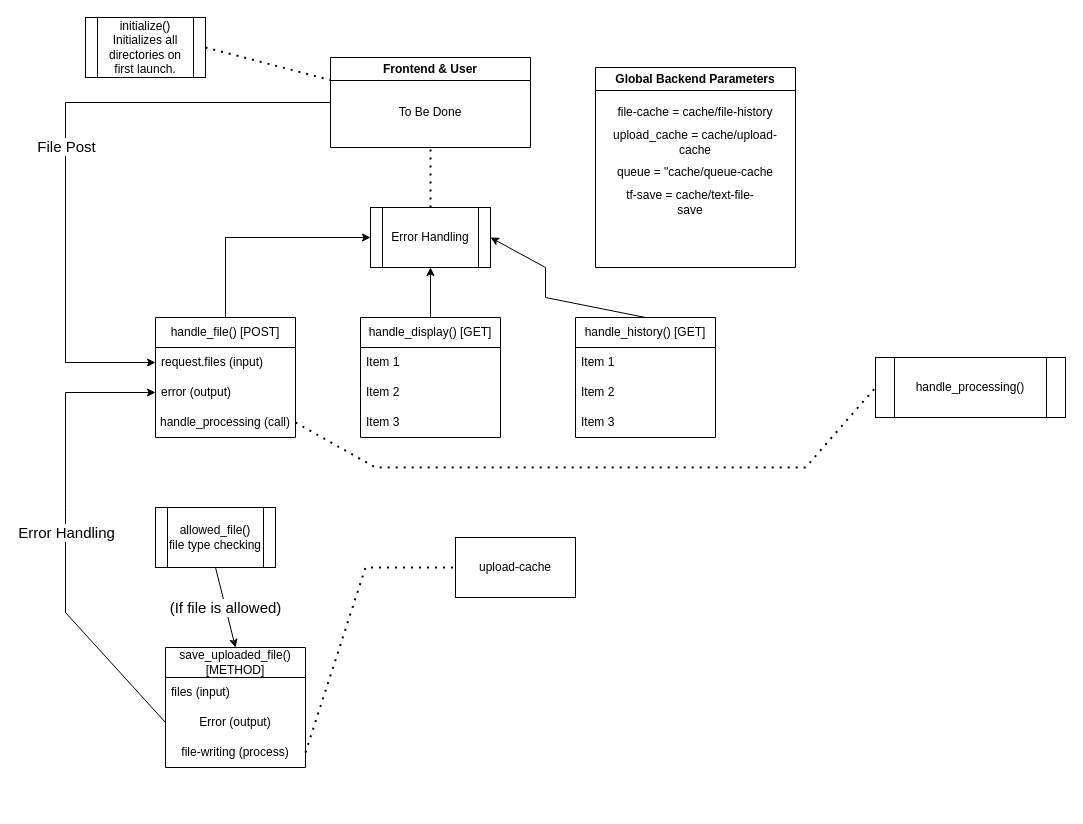
Earlier version of the draw.io diagram designs/Backend Diagram.drawio (keh1nde/project-formulate). Source tidied: cells renumbered, new cells numbered last; positions are measured from the earlier drawing's top-left corner, leaving out a move shared by most shapes. Both pictures are drawn from the tidied source at 100%, with x=0, y=0 at pixel (65, 17).
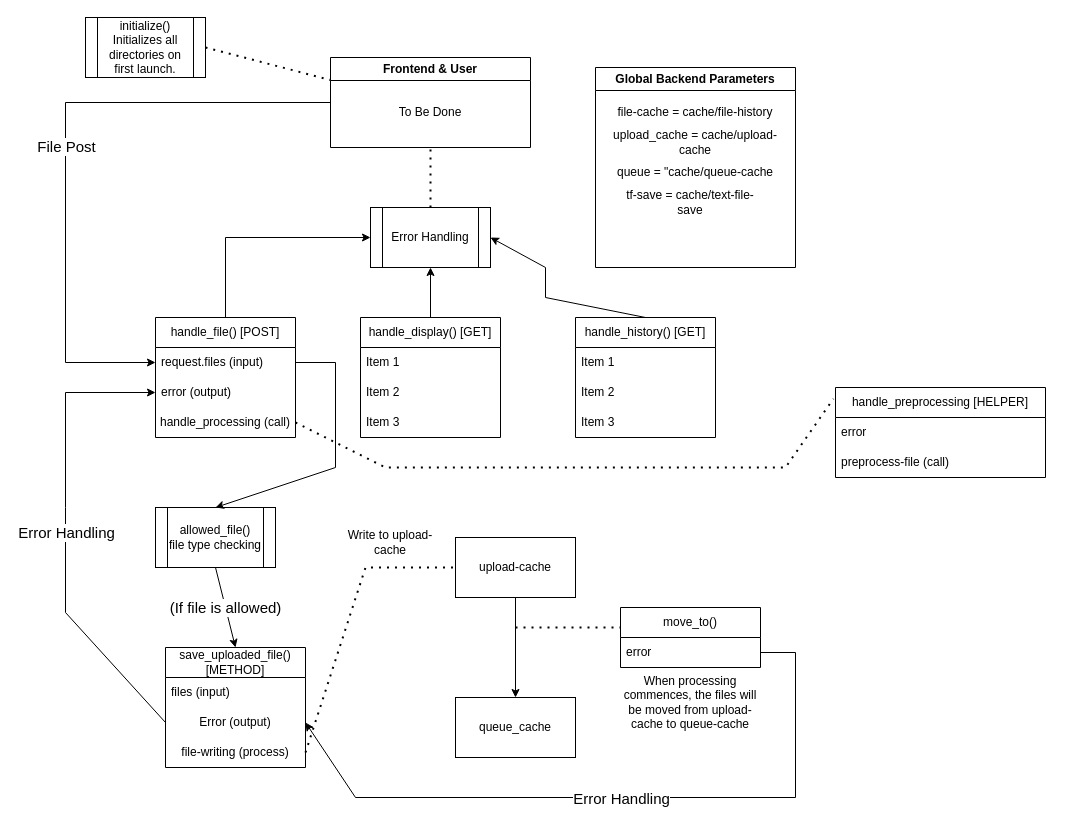
After the change.

Commit message:
Update Backend Diagram.drawio, added plans for handle_file() and handle_processing()

Unchanged cells that the change refers to:
```xml
<mxCell id="3" value="request.files (input)" style="text;strokeColor=none;fillColor=none;align=left;verticalAlign=middle;spacingLeft=4;spacingRight=4;overflow=hidden;points=[[0,0.5],[1,0.5]];portConstraint=eastwest;whiteSpace=wrap;html=1;" parent="2" vertex="1">
  <mxGeometry y="30" width="140" height="30" as="geometry" />
</mxCell>
<mxCell id="5" value="handle_processing (call)" style="text;html=1;align=center;verticalAlign=middle;whiteSpace=wrap;rounded=0;" parent="2" vertex="1">
  <mxGeometry y="90" width="140" height="30" as="geometry" />
</mxCell>
<mxCell id="18" value="Error (output)" style="text;html=1;align=center;verticalAlign=middle;whiteSpace=wrap;rounded=0;" parent="16" vertex="1">
  <mxGeometry y="60" width="140" height="30" as="geometry" />
</mxCell>
<mxCell id="31" value="upload-cache" style="whiteSpace=wrap;html=1;align=center;newEdgeStyle={&quot;edgeStyle&quot;:&quot;elbowEdgeStyle&quot;,&quot;startArrow&quot;:&quot;none&quot;,&quot;endArrow&quot;:&quot;none&quot;};" parent="1" vertex="1">
  <mxGeometry x="390" y="520" width="120" height="60" as="geometry" />
</mxCell>
<mxCell id="40" value="allowed_file()&lt;div&gt;file type checking&lt;/div&gt;" style="shape=process;whiteSpace=wrap;html=1;backgroundOutline=1;" parent="1" vertex="1">
  <mxGeometry x="90" y="490" width="120" height="60" as="geometry" />
</mxCell>
```

The edit, as a diff of the source:
```diff
@@
-    <mxCell id="38" value="handle_processing()" style="shape=process;whiteSpace=wrap;html=1;backgroundOutline=1;" parent="1" vertex="1">
-      <mxGeometry x="810" y="340" width="190" height="60" as="geometry" />
-    </mxCell>
-    <mxCell id="39" style="endArrow=none;dashed=1;html=1;dashPattern=1 3;strokeWidth=2;rounded=0;exitX=1;exitY=0.5;exitDx=0;exitDy=0;entryX=0;entryY=0.5;entryDx=0;entryDy=0;" parent="1" edge="1" source="5" target="38">
-      <mxGeometry relative="1" as="geometry">
-        <Array as="points">
-          <mxPoint x="310" y="450" />
-          <mxPoint x="740" y="450" />
-        </Array>
-      </mxGeometry>
-    </mxCell>
@@
+    <mxCell id="43" style="endArrow=classic;html=1;rounded=0;entryX=0.5;entryY=0;entryDx=0;entryDy=0;exitX=1;exitY=0.5;exitDx=0;exitDy=0;" parent="1" edge="1" source="3" target="40">
+      <mxGeometry relative="1" as="geometry">
+        <Array as="points">
+          <mxPoint x="270" y="345" />
+          <mxPoint x="270" y="450" />
+        </Array>
+      </mxGeometry>
+    </mxCell>
+    <mxCell id="44" value="Write to upload-cache" style="text;html=1;align=center;verticalAlign=middle;whiteSpace=wrap;rounded=0;" parent="1" vertex="1">
+      <mxGeometry x="270" y="510" width="110" height="30" as="geometry" />
+    </mxCell>
+    <mxCell id="45" value="queue_cache" style="whiteSpace=wrap;html=1;align=center;newEdgeStyle={&quot;edgeStyle&quot;:&quot;elbowEdgeStyle&quot;,&quot;startArrow&quot;:&quot;none&quot;,&quot;endArrow&quot;:&quot;none&quot;};" parent="1" vertex="1">
+      <mxGeometry x="390" y="680" width="120" height="60" as="geometry" />
+    </mxCell>
+    <mxCell id="46" value="When processing commences, the files will be moved from upload-cache to queue-cache" style="text;html=1;align=center;verticalAlign=middle;whiteSpace=wrap;rounded=0;" parent="1" vertex="1">
+      <mxGeometry x="550" y="670" width="150" height="30" as="geometry" />
+    </mxCell>
+    <mxCell id="47" style="endArrow=classic;html=1;rounded=0;entryX=0.5;entryY=0;entryDx=0;entryDy=0;exitX=0.5;exitY=1;exitDx=0;exitDy=0;" parent="1" edge="1" source="31" target="45">
+      <mxGeometry relative="1" as="geometry" />
+    </mxCell>
+    <mxCell id="48" value="move_to()" style="swimlane;fontStyle=0;horizontal=1;startSize=30;whiteSpace=wrap;html=1;" parent="1" vertex="1">
+      <mxGeometry x="555" y="590" width="140" height="60" as="geometry" />
+    </mxCell>
+    <mxCell id="49" value="error" style="text;strokeColor=none;fillColor=none;align=left;verticalAlign=middle;spacingLeft=4;spacingRight=4;overflow=hidden;points=[[0,0.5],[1,0.5]];portConstraint=eastwest;whiteSpace=wrap;html=1;" parent="48" vertex="1">
+      <mxGeometry y="30" width="140" height="30" as="geometry" />
+    </mxCell>
+    <mxCell id="50" style="endArrow=none;dashed=1;html=1;dashPattern=1 3;strokeWidth=2;rounded=0;entryX=0;entryY=0.5;entryDx=0;entryDy=0;" parent="1" edge="1">
+      <mxGeometry relative="1" as="geometry">
+        <mxPoint x="450" y="610" as="sourcePoint" />
+        <mxPoint x="555" y="610" as="targetPoint" />
+      </mxGeometry>
+    </mxCell>
+    <mxCell id="51" style="endArrow=classic;html=1;rounded=0;exitX=1;exitY=0.5;exitDx=0;exitDy=0;entryX=1;entryY=0.5;entryDx=0;entryDy=0;" parent="1" edge="1" source="49" target="18">
+      <mxGeometry relative="1" as="geometry">
+        <Array as="points">
+          <mxPoint x="730" y="635" />
+          <mxPoint x="730" y="780" />
+          <mxPoint x="290" y="780" />
+        </Array>
+      </mxGeometry>
+    </mxCell>
+    <mxCell id="52" value="&lt;font style=&quot;font-size: 15px;&quot;&gt;Error Handling&lt;/font&gt;" style="edgeLabel;html=1;align=center;verticalAlign=middle;" parent="51" vertex="1">
+      <mxGeometry relative="1" as="geometry" />
+    </mxCell>
+    <mxCell id="53" value="handle_preprocessing [HELPER]" style="swimlane;fontStyle=0;horizontal=1;startSize=30;whiteSpace=wrap;html=1;" parent="1" vertex="1">
+      <mxGeometry x="770" y="370" width="210" height="90" as="geometry" />
+    </mxCell>
+    <mxCell id="54" value="error" style="text;strokeColor=none;fillColor=none;align=left;verticalAlign=middle;spacingLeft=4;spacingRight=4;overflow=hidden;whiteSpace=wrap;html=1;" parent="53" vertex="1">
+      <mxGeometry y="30" width="210" height="30" as="geometry" />
+    </mxCell>
+    <mxCell id="55" value="preprocess-file (call)" style="text;strokeColor=none;fillColor=none;align=left;verticalAlign=middle;spacingLeft=4;spacingRight=4;overflow=hidden;whiteSpace=wrap;html=1;" parent="53" vertex="1">
+      <mxGeometry y="60" width="210" height="30" as="geometry" />
+    </mxCell>
+    <mxCell id="56" style="endArrow=none;dashed=1;html=1;dashPattern=1 3;strokeWidth=2;rounded=0;exitX=1;exitY=0.5;exitDx=0;exitDy=0;entryX=-0.01;entryY=0.125;entryDx=0;entryDy=0;entryPerimeter=0;" parent="1" edge="1" source="5" target="53">
+      <mxGeometry relative="1" as="geometry">
+        <Array as="points">
+          <mxPoint x="320" y="450" />
+          <mxPoint x="720" y="450" />
+        </Array>
+      </mxGeometry>
+    </mxCell>
```
